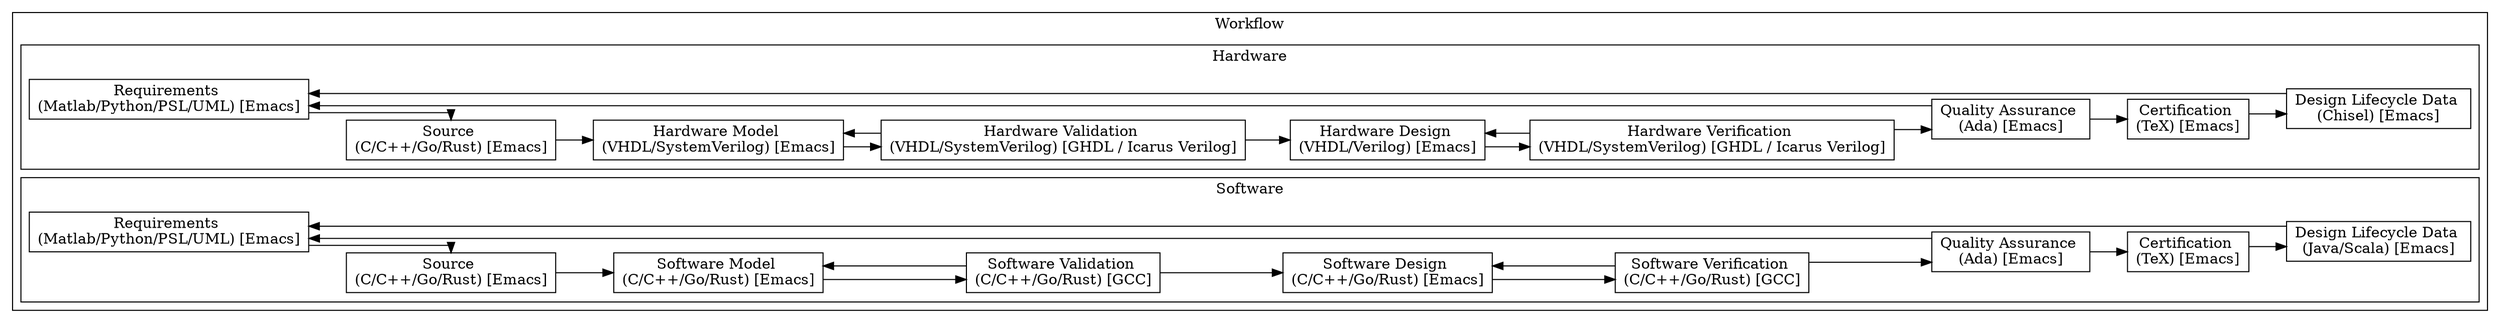
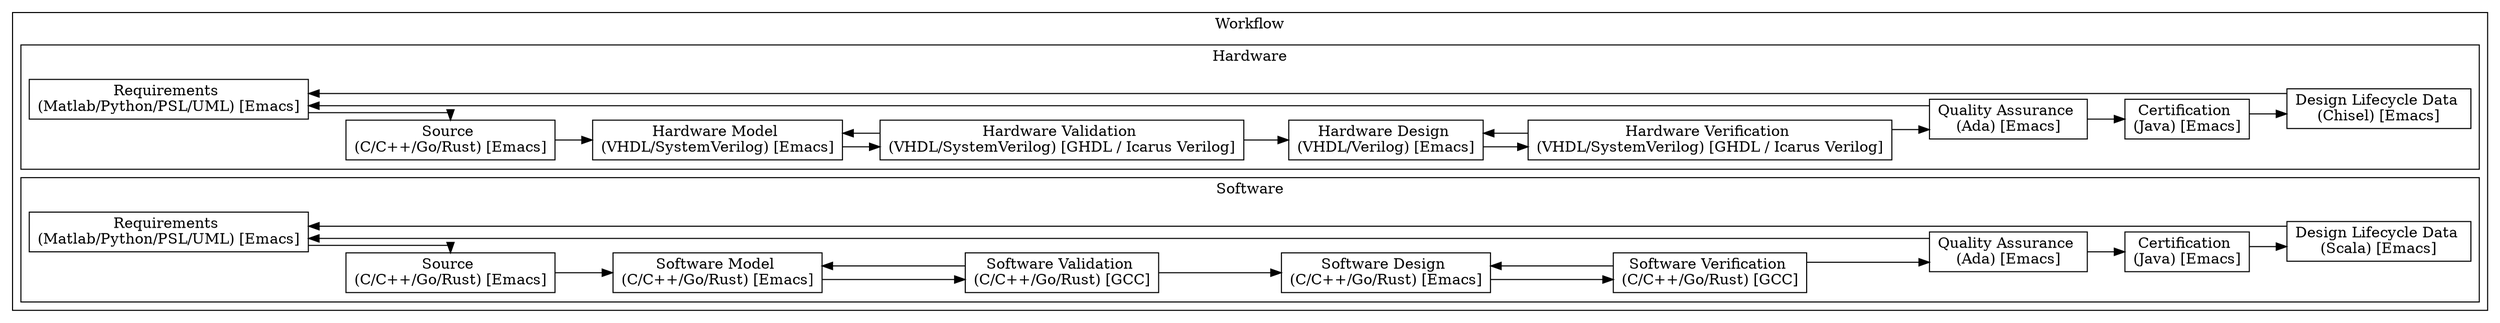
digraph Project {
  // Introduction
  graph [rankdir = LR, splines=ortho];
  node[shape=record];

  // Blocks
  subgraph "cluster Workflow" { label = "Workflow";
    subgraph "cluster Hardware" { label = "Hardware";
      Requirements_HW[label="Requirements \n(Matlab/Python/PSL/UML) [Emacs]"];
      Source_HW[label="Source \n(C/C++/Go/Rust) [Emacs]"];
      Model_HW[label="Hardware Model \n(VHDL/SystemVerilog) [Emacs]"];
      Validation_HW[label="Hardware Validation \n(VHDL/SystemVerilog) [GHDL / Icarus Verilog]"];
      Design_HW[label="Hardware Design \n(VHDL/Verilog) [Emacs]"];
      Verification_HW[label="Hardware Verification \n(VHDL/SystemVerilog) [GHDL / Icarus Verilog]"];
      Quality_HW[label="Quality Assurance \n(Ada) [Emacs]"];
-       Certification_HW[label="Certification \n(TeX) [Emacs]"];
+       Certification_HW[label="Certification \n(Java) [Emacs]"];
      Lifecycle_HW[label="Design Lifecycle Data \n(Chisel) [Emacs]"];
    }
    subgraph "cluster Software" { label = "Software";
      Requirements_SW[label="Requirements \n(Matlab/Python/PSL/UML) [Emacs]"];
      Source_SW[label="Source \n(C/C++/Go/Rust) [Emacs]"];
      Model_SW[label="Software Model \n(C/C++/Go/Rust) [Emacs]"];
      Validation_SW[label="Software Validation \n(C/C++/Go/Rust) [GCC]"];
      Design_SW[label="Software Design \n(C/C++/Go/Rust) [Emacs]"];
      Verification_SW[label="Software Verification \n(C/C++/Go/Rust) [GCC]"];
      Quality_SW[label="Quality Assurance \n(Ada) [Emacs]"];
-       Certification_SW[label="Certification \n(TeX) [Emacs]"];
-       Lifecycle_SW[label="Design Lifecycle Data \n(Java/Scala) [Emacs]"];
+       Certification_SW[label="Certification \n(Java) [Emacs]"];
+       Lifecycle_SW[label="Design Lifecycle Data \n(Scala) [Emacs]"];
    }
  }

  // Sequence
  Requirements_HW -> Source_HW;
  Source_HW -> Model_HW;
  Model_HW -> Validation_HW;
  Validation_HW -> Model_HW;
  Validation_HW -> Design_HW;
  Design_HW -> Verification_HW;
  Verification_HW -> Design_HW;
  Verification_HW -> Quality_HW;
  Quality_HW -> Certification_HW;
  Quality_HW -> Requirements_HW;
  Certification_HW -> Lifecycle_HW;
  Lifecycle_HW -> Requirements_HW;

  Requirements_SW -> Source_SW;
  Source_SW -> Model_SW;
  Model_SW -> Validation_SW;
  Validation_SW -> Model_SW;
  Validation_SW -> Design_SW;
  Design_SW -> Verification_SW;
  Verification_SW -> Design_SW;
  Verification_SW -> Quality_SW;
  Quality_SW -> Certification_SW;
  Quality_SW -> Requirements_SW;
  Certification_SW -> Lifecycle_SW;
  Lifecycle_SW -> Requirements_SW;
}
